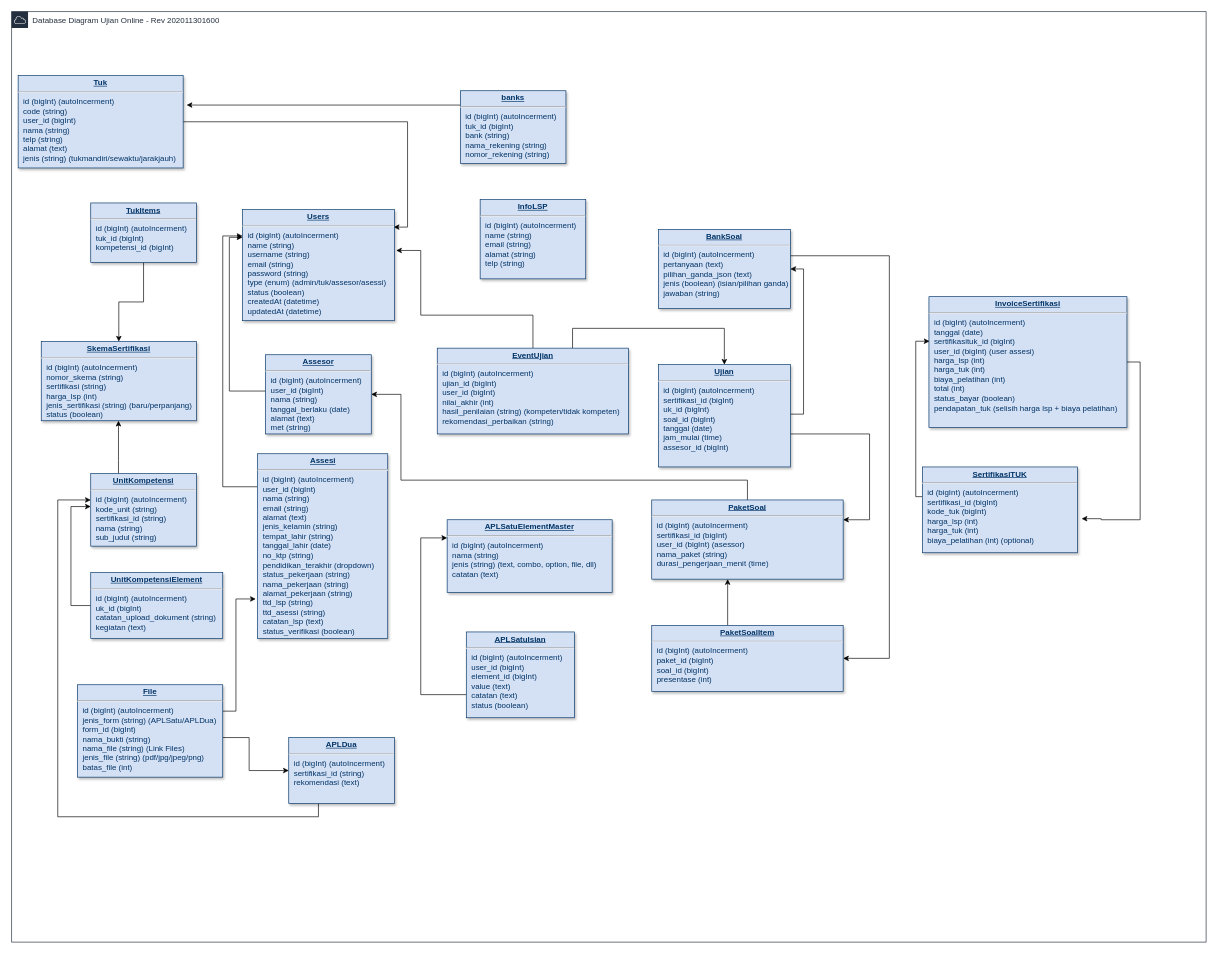
awankelana/vip-db keeps this draw.io diagram as db.drawio. Above is the earlier version. Source tidied: cells renumbered, new cells numbered last; positions are measured from the earlier drawing's top-left corner, leaving out a move shared by most shapes. Both pictures are drawn from the tidied source at 66%, with x=0, y=0 at pixel (11, 11).
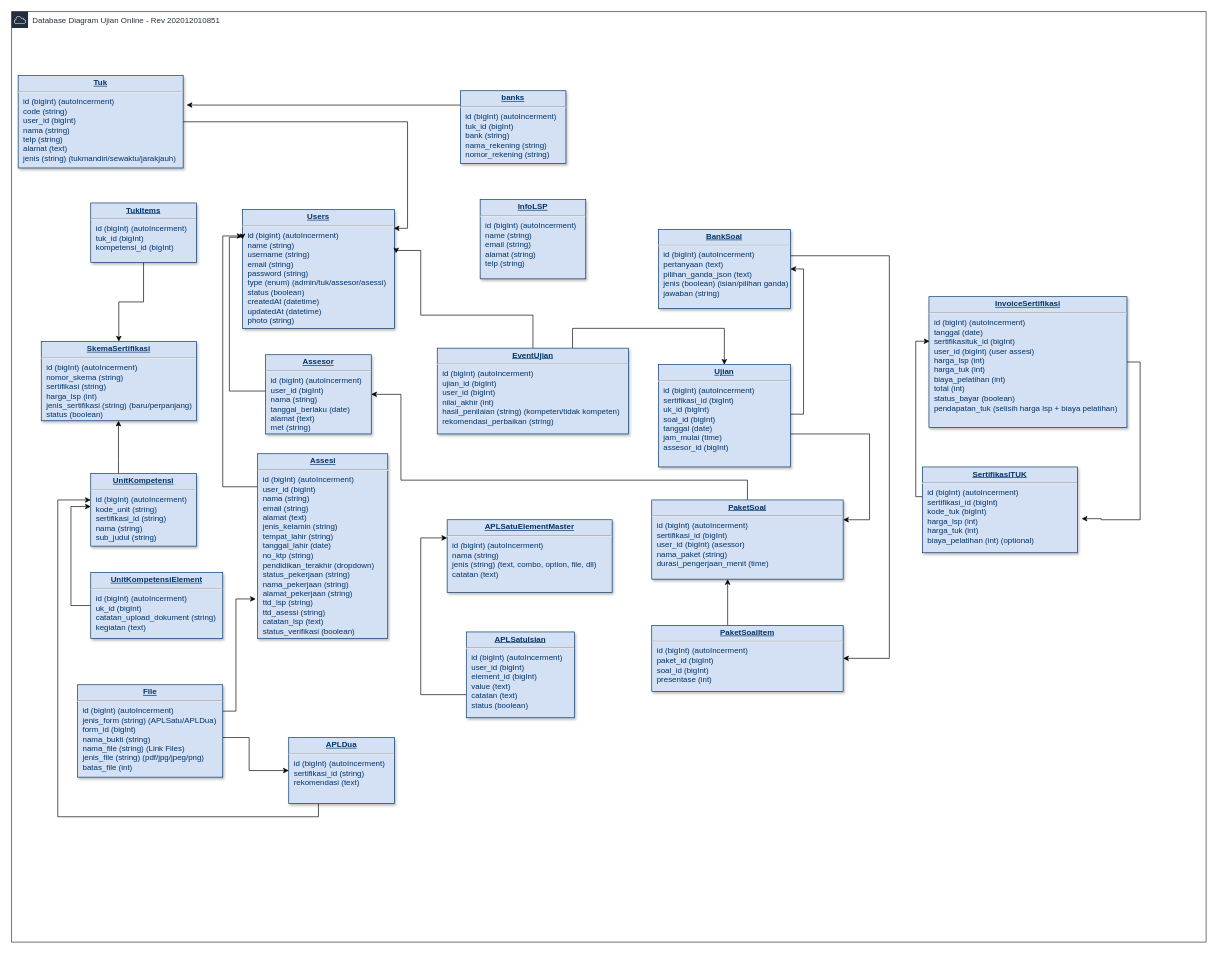
Above is the later version.

Change to the diagram source:
```diff
@@
-    <mxCell id="2" value="Database Diagram Ujian Online - Rev 202011301600" style="gradientColor=none;html=1;whiteSpace=wrap;fontSize=12;fontStyle=0;shape=mxgraph.aws4.group;grIcon=mxgraph.aws4.group_aws_cloud;strokeColor=#232F3E;fillColor=none;verticalAlign=top;align=left;spacingLeft=30;fontColor=#232F3E;dashed=0;" parent="1" vertex="1">
+    <mxCell id="2" value="Database Diagram Ujian Online - Rev 202012010851" style="gradientColor=none;html=1;whiteSpace=wrap;fontSize=12;fontStyle=0;shape=mxgraph.aws4.group;grIcon=mxgraph.aws4.group_aws_cloud;strokeColor=#232F3E;fillColor=none;verticalAlign=top;align=left;spacingLeft=30;fontColor=#232F3E;dashed=0;" parent="1" vertex="1">
       <mxGeometry width="1810" height="1410" as="geometry" />
     </mxCell>
@@
-    <mxCell id="9" value="&lt;p style=&quot;margin: 0px ; margin-top: 4px ; text-align: center ; text-decoration: underline&quot;&gt;&lt;strong&gt;Users&lt;/strong&gt;&lt;/p&gt;&lt;hr&gt;&lt;p style=&quot;margin: 0px ; margin-left: 8px&quot;&gt;id (bigInt) (autoIncerment)&lt;/p&gt;&lt;p style=&quot;margin: 0px ; margin-left: 8px&quot;&gt;name (string)&lt;/p&gt;&lt;p style=&quot;margin: 0px ; margin-left: 8px&quot;&gt;username (string)&lt;/p&gt;&lt;p style=&quot;margin: 0px ; margin-left: 8px&quot;&gt;email (string)&lt;/p&gt;&lt;p style=&quot;margin: 0px ; margin-left: 8px&quot;&gt;password (string)&lt;/p&gt;&lt;p style=&quot;margin: 0px ; margin-left: 8px&quot;&gt;type (enum) (admin/tuk/assesor/asessi)&lt;/p&gt;&lt;p style=&quot;margin: 0px ; margin-left: 8px&quot;&gt;status (boolean)&lt;/p&gt;&lt;p style=&quot;margin: 0px ; margin-left: 8px&quot;&gt;createdAt (datetime)&lt;/p&gt;&lt;p style=&quot;margin: 0px ; margin-left: 8px&quot;&gt;updatedAt (datetime)&lt;/p&gt;" style="verticalAlign=top;align=left;overflow=fill;fontSize=12;fontFamily=Helvetica;html=1;strokeColor=#003366;shadow=1;fillColor=#D4E1F5;fontColor=#003366;" parent="1" vertex="1">
-      <mxGeometry x="350" y="300" width="230" height="168.4" as="geometry" />
+    <mxCell id="9" value="&lt;p style=&quot;margin: 0px ; margin-top: 4px ; text-align: center ; text-decoration: underline&quot;&gt;&lt;strong&gt;Users&lt;/strong&gt;&lt;/p&gt;&lt;hr&gt;&lt;p style=&quot;margin: 0px ; margin-left: 8px&quot;&gt;id (bigInt) (autoIncerment)&lt;/p&gt;&lt;p style=&quot;margin: 0px ; margin-left: 8px&quot;&gt;name (string)&lt;/p&gt;&lt;p style=&quot;margin: 0px ; margin-left: 8px&quot;&gt;username (string)&lt;/p&gt;&lt;p style=&quot;margin: 0px ; margin-left: 8px&quot;&gt;email (string)&lt;/p&gt;&lt;p style=&quot;margin: 0px ; margin-left: 8px&quot;&gt;password (string)&lt;/p&gt;&lt;p style=&quot;margin: 0px ; margin-left: 8px&quot;&gt;type (enum) (admin/tuk/assesor/asessi)&lt;/p&gt;&lt;p style=&quot;margin: 0px ; margin-left: 8px&quot;&gt;status (boolean)&lt;/p&gt;&lt;p style=&quot;margin: 0px ; margin-left: 8px&quot;&gt;createdAt (datetime)&lt;/p&gt;&lt;p style=&quot;margin: 0px ; margin-left: 8px&quot;&gt;updatedAt (datetime)&lt;/p&gt;&lt;p style=&quot;margin: 0px ; margin-left: 8px&quot;&gt;photo (string)&lt;/p&gt;" style="verticalAlign=top;align=left;overflow=fill;fontSize=12;fontFamily=Helvetica;html=1;strokeColor=#003366;shadow=1;fillColor=#D4E1F5;fontColor=#003366;" parent="1" vertex="1">
+      <mxGeometry x="350" y="300" width="230" height="180" as="geometry" />
     </mxCell>
```
